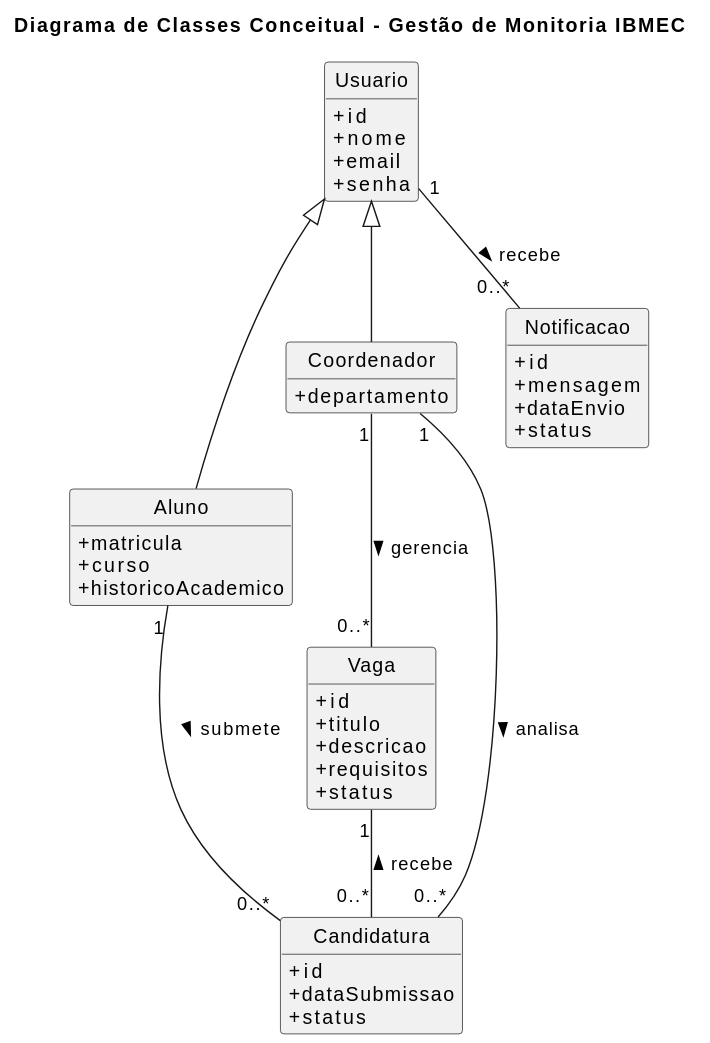
This is Elaboracao/plantuml-project/diagrams/diagrama_classes_conceitual.svg from Projetos-de-Extensao/PBE_25.2_8001_III, a PlantUML export, as it was before one commit.
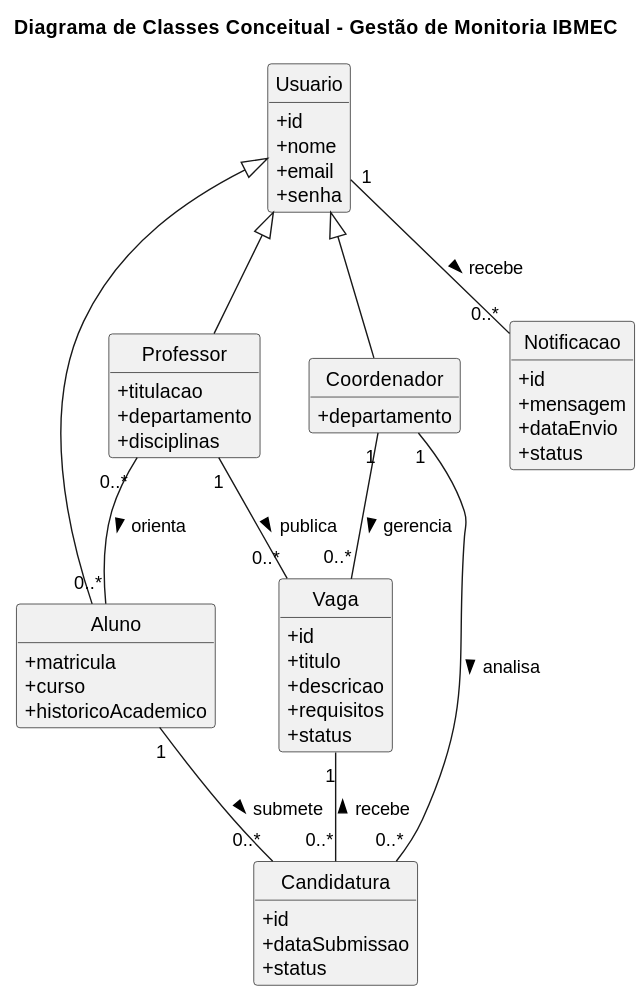
After the change.

The edit, as a diff of the source:
```diff
@@ -21,6 +21,12 @@
 
 class Coordenador extends Usuario {
   +departamento
+}
+
+class Professor extends Usuario {
+  +titulacao
+  +departamento
+  +disciplinas
 }
 
 class Vaga {
@@ -50,4 +56,6 @@
 Aluno "1" -- "0..*" Candidatura : submete >
 Coordenador "1" -- "0..*" Candidatura : analisa >
 Usuario "1" -- "0..*" Notificacao : recebe >
+Professor "1" -- "0..*" Vaga : publica >
+Professor "0..*" -- "0..*" Aluno : orienta >
 @enduml
```
